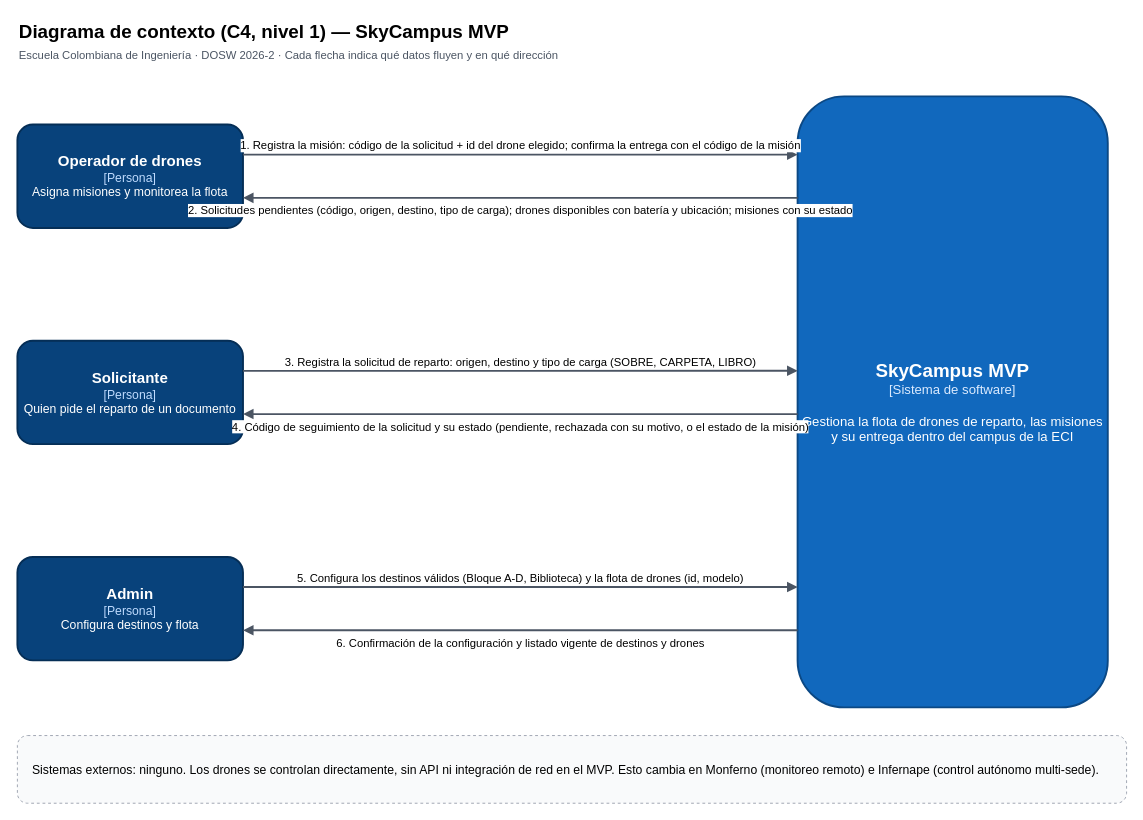
The draw.io diagram docs/c4/contexto-skycampus.drawio in JulianMorales2003/SkyCampus-ECI-Morales, before the edit. Source tidied: cells renumbered, new cells numbered last; positions are measured from the earlier drawing's top-left corner, leaving out a move shared by most shapes. Both pictures are drawn from the tidied source at 94%, with x=0, y=0 at pixel (17, 16).
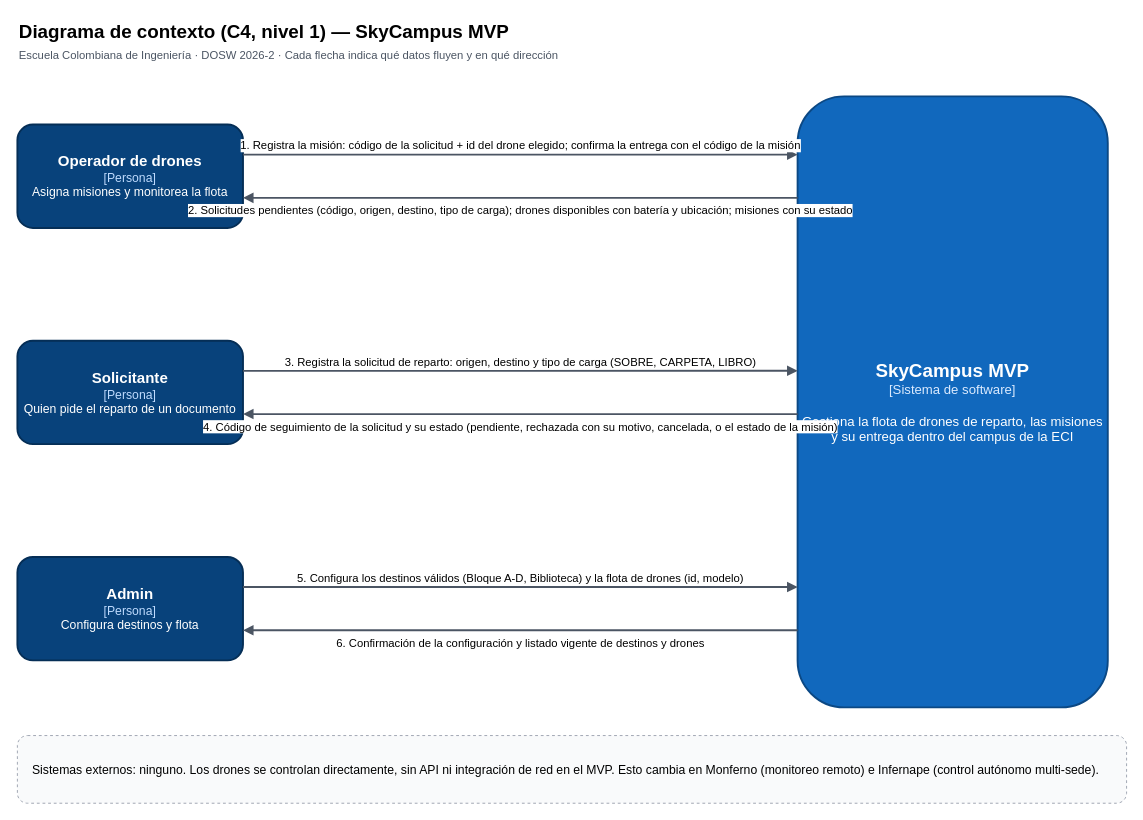
After the change.

Commit message (it also covers changes not shown here):
docs: suma CANCELADA a la flecha 4 del diagrama de contexto y a la tabla de flujos

Diff of the diagram source:
```diff
@@
 <mxGraphModel>
   <root>
     <mxCell id="0" />
     <mxCell id="1" parent="0" />
     <mxCell id="2" value="Diagrama de contexto (C4, nivel 1) — SkyCampus MVP" style="text;html=1;align=left;verticalAlign=middle;fontSize=20;fontStyle=1;" parent="1" vertex="1">
       <mxGeometry width="700" height="30" as="geometry" />
     </mxCell>
     <mxCell id="3" value="Escuela Colombiana de Ingeniería · DOSW 2026-2 · Cada flecha indica qué datos fluyen y en qué dirección" style="text;html=1;align=left;verticalAlign=middle;fontSize=12;fontColor=#4B5563;" parent="1" vertex="1">
       <mxGeometry y="30" width="800" height="24" as="geometry" />
     </mxCell>
     <mxCell id="4" value="&lt;b style=&quot;font-size:20px&quot;&gt;SkyCampus MVP&lt;/b&gt;&lt;br&gt;&lt;font color=&quot;#DBEAFE&quot;&gt;[Sistema de software]&lt;/font&gt;&lt;br&gt;&lt;br&gt;Gestiona la flota de drones de reparto, las misiones y su entrega dentro del campus de la ECI" style="rounded=1;whiteSpace=wrap;html=1;fillColor=#1168BD;strokeColor=#0B4884;fontColor=#ffffff;fontSize=14;strokeWidth=2;" parent="1" vertex="1">
       <mxGeometry x="830" y="85" width="330" height="650" as="geometry" />
     </mxCell>
     <mxCell id="5" value="&lt;b style=&quot;font-size:16px&quot;&gt;Operador de drones&lt;/b&gt;&lt;br&gt;&lt;font color=&quot;#BFDBFE&quot;&gt;[Persona]&lt;/font&gt;&lt;br&gt;Asigna misiones y monitorea la flota" style="rounded=1;whiteSpace=wrap;html=1;fillColor=#08427B;strokeColor=#052E56;fontColor=#ffffff;fontSize=13;strokeWidth=2;" parent="1" vertex="1">
       <mxGeometry y="115" width="240" height="110" as="geometry" />
     </mxCell>
     <mxCell id="6" value="1. Registra la misión: código de la solicitud + id del drone elegido; confirma la entrega con el código de la misión" style="endArrow=block;endFill=1;html=1;rounded=0;strokeColor=#4B5563;strokeWidth=2;fontSize=12;labelBackgroundColor=#ffffff;exitX=1;exitY=0.2909;exitDx=0;exitDy=0;entryX=0;entryY=0.0954;entryDx=0;entryDy=0;verticalAlign=bottom;" parent="1" edge="1" source="5" target="4">
       <mxGeometry relative="1" as="geometry" />
     </mxCell>
     <mxCell id="7" value="2. Solicitudes pendientes (código, origen, destino, tipo de carga); drones disponibles con batería y ubicación; misiones con su estado" style="endArrow=block;endFill=1;html=1;rounded=0;strokeColor=#4B5563;strokeWidth=2;fontSize=12;labelBackgroundColor=#ffffff;exitX=0;exitY=0.1662;exitDx=0;exitDy=0;entryX=1;entryY=0.7091;entryDx=0;entryDy=0;verticalAlign=top;" parent="1" edge="1" source="4" target="5">
       <mxGeometry relative="1" as="geometry" />
     </mxCell>
     <mxCell id="8" value="&lt;b style=&quot;font-size:16px&quot;&gt;Solicitante&lt;/b&gt;&lt;br&gt;&lt;font color=&quot;#BFDBFE&quot;&gt;[Persona]&lt;/font&gt;&lt;br&gt;Quien pide el reparto de un documento" style="rounded=1;whiteSpace=wrap;html=1;fillColor=#08427B;strokeColor=#052E56;fontColor=#ffffff;fontSize=13;strokeWidth=2;" parent="1" vertex="1">
       <mxGeometry y="345" width="240" height="110" as="geometry" />
     </mxCell>
     <mxCell id="9" value="3. Registra la solicitud de reparto: origen, destino y tipo de carga (SOBRE, CARPETA, LIBRO)" style="endArrow=block;endFill=1;html=1;rounded=0;strokeColor=#4B5563;strokeWidth=2;fontSize=12;labelBackgroundColor=#ffffff;exitX=1;exitY=0.2909;exitDx=0;exitDy=0;entryX=0;entryY=0.4492;entryDx=0;entryDy=0;verticalAlign=bottom;" parent="1" edge="1" source="8" target="4">
       <mxGeometry relative="1" as="geometry" />
     </mxCell>
-    <mxCell id="10" value="4. Código de seguimiento de la solicitud y su estado (pendiente, rechazada con su motivo, o el estado de la misión)" style="endArrow=block;endFill=1;html=1;rounded=0;strokeColor=#4B5563;strokeWidth=2;fontSize=12;labelBackgroundColor=#ffffff;exitX=0;exitY=0.5200;exitDx=0;exitDy=0;entryX=1;entryY=0.7091;entryDx=0;entryDy=0;verticalAlign=top;" parent="1" edge="1" source="4" target="8">
+    <mxCell id="10" value="4. Código de seguimiento de la solicitud y su estado (pendiente, rechazada con su motivo, cancelada, o el estado de la misión)" style="endArrow=block;endFill=1;html=1;rounded=0;strokeColor=#4B5563;strokeWidth=2;fontSize=12;labelBackgroundColor=#ffffff;exitX=0;exitY=0.5200;exitDx=0;exitDy=0;entryX=1;entryY=0.7091;entryDx=0;entryDy=0;verticalAlign=top;" parent="1" edge="1" source="4" target="8">
       <mxGeometry relative="1" as="geometry" />
     </mxCell>
     <mxCell id="11" value="&lt;b style=&quot;font-size:16px&quot;&gt;Admin&lt;/b&gt;&lt;br&gt;&lt;font color=&quot;#BFDBFE&quot;&gt;[Persona]&lt;/font&gt;&lt;br&gt;Configura destinos y flota" style="rounded=1;whiteSpace=wrap;html=1;fillColor=#08427B;strokeColor=#052E56;fontColor=#ffffff;fontSize=13;strokeWidth=2;" parent="1" vertex="1">
       <mxGeometry y="575" width="240" height="110" as="geometry" />
     </mxCell>
     <mxCell id="12" value="5. Configura los destinos válidos (Bloque A-D, Biblioteca) y la flota de drones (id, modelo)" style="endArrow=block;endFill=1;html=1;rounded=0;strokeColor=#4B5563;strokeWidth=2;fontSize=12;labelBackgroundColor=#ffffff;exitX=1;exitY=0.2909;exitDx=0;exitDy=0;entryX=0;entryY=0.8031;entryDx=0;entryDy=0;verticalAlign=bottom;" parent="1" edge="1" source="11" target="4">
       <mxGeometry relative="1" as="geometry" />
     </mxCell>
     <mxCell id="13" value="6. Confirmación de la configuración y listado vigente de destinos y drones" style="endArrow=block;endFill=1;html=1;rounded=0;strokeColor=#4B5563;strokeWidth=2;fontSize=12;labelBackgroundColor=#ffffff;exitX=0;exitY=0.8738;exitDx=0;exitDy=0;entryX=1;entryY=0.7091;entryDx=0;entryDy=0;verticalAlign=top;" parent="1" edge="1" source="4" target="11">
       <mxGeometry relative="1" as="geometry" />
     </mxCell>
     <mxCell id="14" value="Sistemas externos: ninguno. Los drones se controlan directamente, sin API ni integración de red en el MVP. Esto cambia en Monferno (monitoreo remoto) e Infernape (control autónomo multi-sede)." style="rounded=1;whiteSpace=wrap;html=1;fillColor=#F9FAFB;strokeColor=#9CA3AF;dashed=1;fontSize=13;align=left;spacingLeft=14;" parent="1" vertex="1">
       <mxGeometry y="765" width="1180" height="72" as="geometry" />
     </mxCell>
   </root>
 </mxGraphModel>
```
